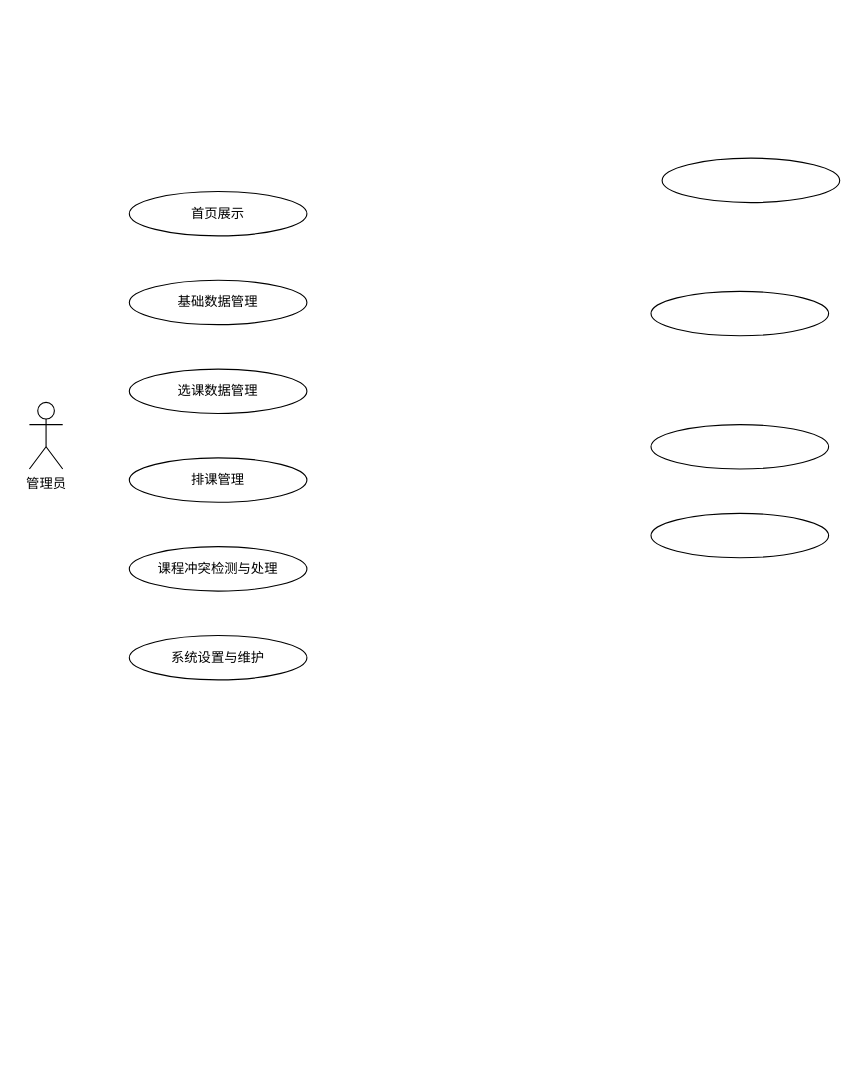
The draw.io diagram 管理员用例.drawio in runoob09/drawio, before the edit. Source tidied: cells renumbered, new cells numbered last; positions are measured from the earlier drawing's top-left corner, leaving out a move shared by most shapes. Both pictures are drawn from the tidied source at 111%, with x=0, y=0 at pixel (29, 158).
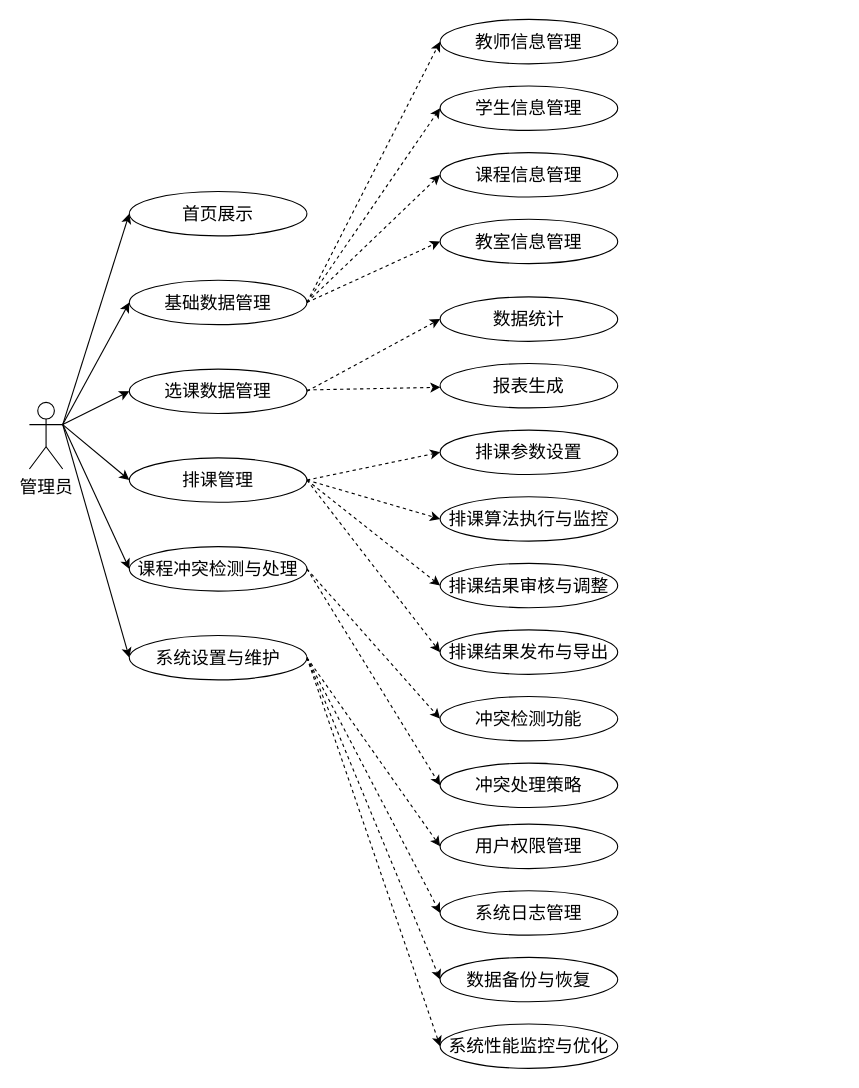
The same page after the edit.

Commit message (it also covers changes not shown here):
更新管理员用例.drawio

Change to the diagram source:
```diff
@@
+    <mxCell id="13" style="rounded=0;jettySize=auto;html=1;entryX=0;entryY=0.5;entryDx=0;entryDy=0;exitX=1;exitY=0.3333333333333333;exitDx=0;exitDy=0;exitPerimeter=0;fontSize=16;" parent="1" edge="1" source="2" target="3">
+      <mxGeometry relative="1" as="geometry" />
+    </mxCell>
+    <mxCell id="14" style="rounded=0;jettySize=auto;html=1;entryX=0;entryY=0.5;entryDx=0;entryDy=0;exitX=1;exitY=0.3333333333333333;exitDx=0;exitDy=0;exitPerimeter=0;fontSize=16;" parent="1" edge="1" source="2" target="9">
+      <mxGeometry relative="1" as="geometry" />
+    </mxCell>
+    <mxCell id="15" style="rounded=0;jettySize=auto;html=1;exitX=1;exitY=0.3333333333333333;exitDx=0;exitDy=0;exitPerimeter=0;fontSize=16;entryX=0;entryY=0.5;entryDx=0;entryDy=0;" parent="1" edge="1" source="2" target="10">
+      <mxGeometry relative="1" as="geometry" />
+    </mxCell>
+    <mxCell id="16" style="rounded=0;jettySize=auto;html=1;entryX=0;entryY=0.5;entryDx=0;entryDy=0;exitX=1;exitY=0.3333333333333333;exitDx=0;exitDy=0;exitPerimeter=0;fontSize=16;" parent="1" edge="1" source="2" target="11">
+      <mxGeometry relative="1" as="geometry" />
+    </mxCell>
+    <mxCell id="17" style="rounded=0;jettySize=auto;html=1;entryX=0;entryY=0.5;entryDx=0;entryDy=0;exitX=1;exitY=0.3333333333333333;exitDx=0;exitDy=0;exitPerimeter=0;fontSize=16;" parent="1" edge="1" source="2" target="12">
+      <mxGeometry relative="1" as="geometry" />
+    </mxCell>
+    <mxCell id="18" style="rounded=0;jettySize=auto;html=1;entryX=0;entryY=0.5;entryDx=0;entryDy=0;exitX=1;exitY=0.3333333333333333;exitDx=0;exitDy=0;exitPerimeter=0;fontSize=16;" parent="1" edge="1" source="2" target="8">
+      <mxGeometry relative="1" as="geometry" />
+    </mxCell>
-    <mxCell id="2" value="管理员" style="shape=umlActor;verticalLabelPosition=bottom;verticalAlign=top;html=1;outlineConnect=0;" parent="1" vertex="1">
+    <mxCell id="2" value="管理员" style="shape=umlActor;verticalLabelPosition=bottom;verticalAlign=top;html=1;outlineConnect=0;fontSize=16;" parent="1" vertex="1">
       <mxGeometry y="220" width="30" height="60" as="geometry" />
     </mxCell>
-    <mxCell id="3" value="首页展示" style="ellipse;whiteSpace=wrap;html=1;" parent="1" vertex="1">
+    <mxCell id="3" value="首页展示" style="ellipse;whiteSpace=wrap;html=1;fontSize=16;" parent="1" vertex="1">
       <mxGeometry x="90" y="30" width="160" height="40" as="geometry" />
     </mxCell>
-    <mxCell id="4" style="ellipse;whiteSpace=wrap;html=1;" parent="1" vertex="1">
-      <mxGeometry x="560" y="320" width="160" height="40" as="geometry" />
+    <mxCell id="4" value="教室信息管理" style="ellipse;whiteSpace=wrap;html=1;fontSize=16;" parent="1" vertex="1">
+      <mxGeometry x="370" y="55" width="160" height="40" as="geometry" />
     </mxCell>
-    <mxCell id="5" style="ellipse;whiteSpace=wrap;html=1;" parent="1" vertex="1">
-      <mxGeometry x="560" y="240" width="160" height="40" as="geometry" />
+    <mxCell id="5" value="课程信息管理" style="ellipse;whiteSpace=wrap;html=1;fontSize=16;" parent="1" vertex="1">
+      <mxGeometry x="370" y="-5" width="160" height="40" as="geometry" />
     </mxCell>
-    <mxCell id="6" style="ellipse;whiteSpace=wrap;html=1;" parent="1" vertex="1">
-      <mxGeometry x="560" y="120" width="160" height="40" as="geometry" />
+    <mxCell id="6" value="学生信息管理" style="ellipse;whiteSpace=wrap;html=1;fontSize=16;" parent="1" vertex="1">
+      <mxGeometry x="370" y="-65" width="160" height="40" as="geometry" />
     </mxCell>
-    <mxCell id="7" style="ellipse;whiteSpace=wrap;html=1;" parent="1" vertex="1">
-      <mxGeometry x="570" width="160" height="40" as="geometry" />
+    <mxCell id="7" value="教师信息管理" style="ellipse;whiteSpace=wrap;html=1;fontSize=16;" parent="1" vertex="1">
+      <mxGeometry x="370" y="-125" width="160" height="40" as="geometry" />
     </mxCell>
+    <mxCell id="19" style="rounded=0;jettySize=auto;html=1;entryX=0;entryY=0.5;entryDx=0;entryDy=0;dashed=1;exitX=1;exitY=0.5;exitDx=0;exitDy=0;fontSize=16;" parent="1" edge="1" source="8" target="43">
+      <mxGeometry relative="1" as="geometry" />
+    </mxCell>
+    <mxCell id="20" style="rounded=0;jettySize=auto;html=1;entryX=0;entryY=0.5;entryDx=0;entryDy=0;dashed=1;exitX=1;exitY=0.5;exitDx=0;exitDy=0;fontSize=16;" parent="1" edge="1" source="8" target="44">
+      <mxGeometry relative="1" as="geometry" />
+    </mxCell>
+    <mxCell id="21" style="rounded=0;jettySize=auto;html=1;entryX=0;entryY=0.5;entryDx=0;entryDy=0;dashed=1;exitX=1;exitY=0.5;exitDx=0;exitDy=0;fontSize=16;" parent="1" edge="1" source="8" target="45">
+      <mxGeometry relative="1" as="geometry" />
+    </mxCell>
+    <mxCell id="22" style="rounded=0;jettySize=auto;html=1;entryX=0;entryY=0.5;entryDx=0;entryDy=0;dashed=1;exitX=1;exitY=0.5;exitDx=0;exitDy=0;fontSize=16;" parent="1" edge="1" source="8" target="46">
+      <mxGeometry relative="1" as="geometry" />
+    </mxCell>
-    <mxCell id="8" value="系统设置与维护" style="ellipse;whiteSpace=wrap;html=1;" parent="1" vertex="1">
+    <mxCell id="8" value="系统设置与维护" style="ellipse;whiteSpace=wrap;html=1;fontSize=16;" parent="1" vertex="1">
       <mxGeometry x="90" y="430" width="160" height="40" as="geometry" />
     </mxCell>
+    <mxCell id="23" style="rounded=0;jettySize=auto;html=1;entryX=0;entryY=0.5;entryDx=0;entryDy=0;dashed=1;fontSize=16;" parent="1" edge="1" target="7">
+      <mxGeometry relative="1" as="geometry">
+        <mxPoint x="250" y="130" as="sourcePoint" />
+      </mxGeometry>
+    </mxCell>
+    <mxCell id="24" style="rounded=0;jettySize=auto;html=1;entryX=0;entryY=0.5;entryDx=0;entryDy=0;dashed=1;fontSize=16;" parent="1" edge="1" target="6">
+      <mxGeometry relative="1" as="geometry">
+        <mxPoint x="250" y="130" as="sourcePoint" />
+      </mxGeometry>
+    </mxCell>
+    <mxCell id="25" style="rounded=0;jettySize=auto;html=1;entryX=0;entryY=0.5;entryDx=0;entryDy=0;dashed=1;fontSize=16;" parent="1" edge="1" target="5">
+      <mxGeometry relative="1" as="geometry">
+        <mxPoint x="250" y="130" as="sourcePoint" />
+      </mxGeometry>
+    </mxCell>
+    <mxCell id="26" style="rounded=0;jettySize=auto;html=1;entryX=0;entryY=0.5;entryDx=0;entryDy=0;dashed=1;exitX=1;exitY=0.5;exitDx=0;exitDy=0;fontSize=16;" parent="1" edge="1" source="9" target="4">
+      <mxGeometry relative="1" as="geometry" />
+    </mxCell>
-    <mxCell id="9" value="基础数据管理" style="ellipse;whiteSpace=wrap;html=1;" parent="1" vertex="1">
+    <mxCell id="9" value="基础数据管理" style="ellipse;whiteSpace=wrap;html=1;fontSize=16;" parent="1" vertex="1">
       <mxGeometry x="90" y="110" width="160" height="40" as="geometry" />
     </mxCell>
+    <mxCell id="27" style="rounded=0;jettySize=auto;html=1;entryX=0;entryY=0.5;entryDx=0;entryDy=0;dashed=1;exitX=1;exitY=0.5;exitDx=0;exitDy=0;fontSize=16;" parent="1" edge="1" source="10" target="35">
+      <mxGeometry relative="1" as="geometry" />
+    </mxCell>
+    <mxCell id="28" style="rounded=0;jettySize=auto;html=1;dashed=1;fontSize=16;" parent="1" edge="1" source="10" target="36">
+      <mxGeometry relative="1" as="geometry" />
+    </mxCell>
-    <mxCell id="10" value="选课数据管理" style="ellipse;whiteSpace=wrap;html=1;" parent="1" vertex="1">
+    <mxCell id="10" value="选课数据管理" style="ellipse;whiteSpace=wrap;html=1;fontSize=16;" parent="1" vertex="1">
       <mxGeometry x="90" y="190" width="160" height="40" as="geometry" />
     </mxCell>
+    <mxCell id="29" style="rounded=0;jettySize=auto;html=1;dashed=1;exitX=1;exitY=0.5;exitDx=0;exitDy=0;entryX=0;entryY=0.5;entryDx=0;entryDy=0;fontSize=16;" parent="1" edge="1" source="11" target="37">
+      <mxGeometry relative="1" as="geometry" />
+    </mxCell>
+    <mxCell id="30" style="rounded=0;jettySize=auto;html=1;dashed=1;exitX=1;exitY=0.5;exitDx=0;exitDy=0;entryX=0;entryY=0.5;entryDx=0;entryDy=0;fontSize=16;" parent="1" edge="1" source="11" target="38">
+      <mxGeometry relative="1" as="geometry" />
+    </mxCell>
+    <mxCell id="31" style="rounded=0;jettySize=auto;html=1;entryX=0;entryY=0.5;entryDx=0;entryDy=0;dashed=1;exitX=1;exitY=0.5;exitDx=0;exitDy=0;fontSize=16;" parent="1" edge="1" source="11" target="39">
+      <mxGeometry relative="1" as="geometry" />
+    </mxCell>
+    <mxCell id="32" style="rounded=0;jettySize=auto;html=1;entryX=0;entryY=0.5;entryDx=0;entryDy=0;dashed=1;exitX=1;exitY=0.5;exitDx=0;exitDy=0;fontSize=16;" parent="1" edge="1" source="11" target="40">
+      <mxGeometry relative="1" as="geometry" />
+    </mxCell>
-    <mxCell id="11" value="排课管理" style="ellipse;whiteSpace=wrap;html=1;" parent="1" vertex="1">
+    <mxCell id="11" value="排课管理" style="ellipse;whiteSpace=wrap;html=1;fontSize=16;" parent="1" vertex="1">
       <mxGeometry x="90" y="270" width="160" height="40" as="geometry" />
     </mxCell>
+    <mxCell id="33" style="rounded=0;jettySize=auto;html=1;entryX=0;entryY=0.5;entryDx=0;entryDy=0;dashed=1;exitX=1;exitY=0.5;exitDx=0;exitDy=0;fontSize=16;" parent="1" edge="1" source="12" target="41">
+      <mxGeometry relative="1" as="geometry" />
+    </mxCell>
+    <mxCell id="34" style="rounded=0;jettySize=auto;html=1;entryX=0;entryY=0.5;entryDx=0;entryDy=0;dashed=1;exitX=1;exitY=0.5;exitDx=0;exitDy=0;fontSize=16;" parent="1" edge="1" source="12" target="42">
+      <mxGeometry relative="1" as="geometry" />
+    </mxCell>
-    <mxCell id="12" value="课程冲突检测与处理" style="ellipse;whiteSpace=wrap;html=1;" parent="1" vertex="1">
+    <mxCell id="12" value="课程冲突检测与处理" style="ellipse;whiteSpace=wrap;html=1;fontSize=16;" parent="1" vertex="1">
       <mxGeometry x="90" y="350" width="160" height="40" as="geometry" />
     </mxCell>
+    <mxCell id="35" value="数据统计" style="ellipse;whiteSpace=wrap;html=1;fontSize=16;" parent="1" vertex="1">
+      <mxGeometry x="370" y="125" width="160" height="40" as="geometry" />
+    </mxCell>
+    <mxCell id="36" value="报表生成" style="ellipse;whiteSpace=wrap;html=1;fontSize=16;" parent="1" vertex="1">
+      <mxGeometry x="370" y="185" width="160" height="40" as="geometry" />
+    </mxCell>
+    <mxCell id="37" value="排课参数设置" style="ellipse;whiteSpace=wrap;html=1;fontSize=16;" parent="1" vertex="1">
+      <mxGeometry x="370" y="245" width="160" height="40" as="geometry" />
+    </mxCell>
+    <mxCell id="38" value="排课算法执行与监控" style="ellipse;whiteSpace=wrap;html=1;fontSize=16;" parent="1" vertex="1">
+      <mxGeometry x="370" y="305" width="160" height="40" as="geometry" />
+    </mxCell>
+    <mxCell id="39" value="排课结果审核与调整" style="ellipse;whiteSpace=wrap;html=1;fontSize=16;" parent="1" vertex="1">
+      <mxGeometry x="370" y="365" width="160" height="40" as="geometry" />
+    </mxCell>
+    <mxCell id="40" value="排课结果发布与导出" style="ellipse;whiteSpace=wrap;html=1;fontSize=16;" parent="1" vertex="1">
+      <mxGeometry x="370" y="425" width="160" height="40" as="geometry" />
+    </mxCell>
+    <mxCell id="41" value="冲突检测功能" style="ellipse;whiteSpace=wrap;html=1;fontSize=16;" parent="1" vertex="1">
+      <mxGeometry x="370" y="485" width="160" height="40" as="geometry" />
+    </mxCell>
+    <mxCell id="42" value="冲突处理策略" style="ellipse;whiteSpace=wrap;html=1;fontSize=16;" parent="1" vertex="1">
+      <mxGeometry x="370" y="545" width="160" height="40" as="geometry" />
+    </mxCell>
+    <mxCell id="43" value="用户权限管理" style="ellipse;whiteSpace=wrap;html=1;fontSize=16;" parent="1" vertex="1">
+      <mxGeometry x="370" y="600" width="160" height="40" as="geometry" />
+    </mxCell>
+    <mxCell id="44" value="系统日志管理" style="ellipse;whiteSpace=wrap;html=1;fontSize=16;" parent="1" vertex="1">
+      <mxGeometry x="370" y="660" width="160" height="40" as="geometry" />
+    </mxCell>
+    <mxCell id="45" value="数据备份与恢复" style="ellipse;whiteSpace=wrap;html=1;fontSize=16;" parent="1" vertex="1">
+      <mxGeometry x="370" y="720" width="160" height="40" as="geometry" />
+    </mxCell>
+    <mxCell id="46" value="系统性能监控与优化" style="ellipse;whiteSpace=wrap;html=1;fontSize=16;" parent="1" vertex="1">
+      <mxGeometry x="370" y="780" width="160" height="40" as="geometry" />
+    </mxCell>
```
